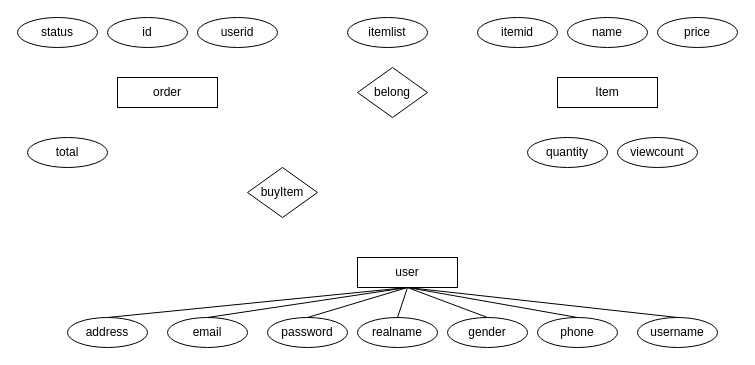
This is LessonUML/E-R03.drawio from WFTGF2024/UML, a draw.io file, before an edit. Source tidied: cells renumbered, new cells numbered last; positions are measured from the earlier drawing's top-left corner, leaving out a move shared by most shapes. Both pictures are drawn from the tidied source at 100%, with x=0, y=0 at pixel (17, 17).
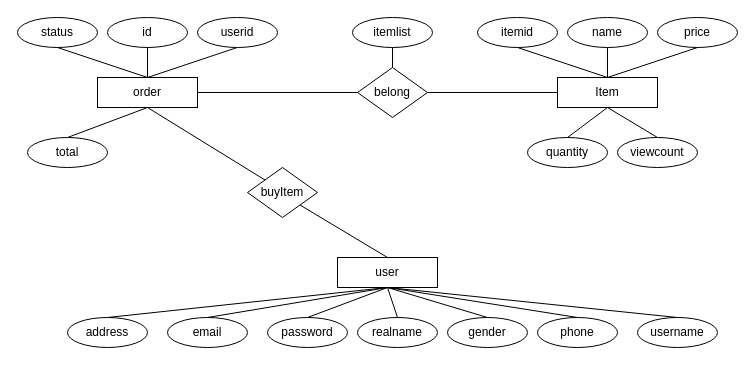
After the change.

The change refers to these unchanged cells:
```xml
<mxCell id="4" value="gender" style="ellipse;whiteSpace=wrap;html=1;" parent="1" vertex="1">
  <mxGeometry x="430" y="300" width="80" height="30" as="geometry" />
</mxCell>
<mxCell id="19" value="Item" style="rounded=0;whiteSpace=wrap;html=1;" parent="1" vertex="1">
  <mxGeometry x="540" y="60" width="100" height="30" as="geometry" />
</mxCell>
<mxCell id="20" value="id" style="ellipse;whiteSpace=wrap;html=1;" parent="1" vertex="1">
  <mxGeometry x="90" width="80" height="30" as="geometry" />
</mxCell>
<mxCell id="22" value="total" style="ellipse;whiteSpace=wrap;html=1;" parent="1" vertex="1">
  <mxGeometry x="10" y="120" width="80" height="30" as="geometry" />
</mxCell>
<mxCell id="23" value="status" style="ellipse;whiteSpace=wrap;html=1;" parent="1" vertex="1">
  <mxGeometry width="80" height="30" as="geometry" />
</mxCell>
<mxCell id="24" value="belong" style="rhombus;whiteSpace=wrap;html=1;" parent="1" vertex="1">
  <mxGeometry x="340" y="50" width="70" height="50" as="geometry" />
</mxCell>
<mxCell id="25" value="name" style="ellipse;whiteSpace=wrap;html=1;" parent="1" vertex="1">
  <mxGeometry x="550" width="80" height="30" as="geometry" />
</mxCell>
<mxCell id="26" value="itemid" style="ellipse;whiteSpace=wrap;html=1;" parent="1" vertex="1">
  <mxGeometry x="460" width="80" height="30" as="geometry" />
</mxCell>
<mxCell id="27" value="price" style="ellipse;whiteSpace=wrap;html=1;" parent="1" vertex="1">
  <mxGeometry x="640" width="80" height="30" as="geometry" />
</mxCell>
<mxCell id="28" value="quantity" style="ellipse;whiteSpace=wrap;html=1;" parent="1" vertex="1">
  <mxGeometry x="510" y="120" width="80" height="30" as="geometry" />
</mxCell>
<mxCell id="29" value="viewcount" style="ellipse;whiteSpace=wrap;html=1;" parent="1" vertex="1">
  <mxGeometry x="600" y="120" width="80" height="30" as="geometry" />
</mxCell>
<mxCell id="31" value="buyItem" style="rhombus;whiteSpace=wrap;html=1;" parent="1" vertex="1">
  <mxGeometry x="230" y="150" width="70" height="50" as="geometry" />
</mxCell>
```

Diff of the diagram source:
```diff
@@
-    <mxCell id="13" style="endArrow=none;html=1;rounded=0;entryX=0.5;entryY=0;entryDx=0;entryDy=0;" parent="1" edge="1" target="4">
-      <mxGeometry relative="1" as="geometry">
-        <mxPoint x="390" y="270" as="sourcePoint" />
-      </mxGeometry>
+    <mxCell id="13" style="endArrow=none;html=1;rounded=0;entryX=0.5;entryY=0;entryDx=0;entryDy=0;exitX=0.5;exitY=1;exitDx=0;exitDy=0;" parent="1" edge="1" source="17" target="4">
+      <mxGeometry relative="1" as="geometry" />
     </mxCell>
@@
     <mxCell id="17" value="user" style="rounded=0;whiteSpace=wrap;html=1;" parent="1" vertex="1">
-      <mxGeometry x="340" y="240" width="100" height="30" as="geometry" />
+      <mxGeometry x="320" y="240" width="100" height="30" as="geometry" />
     </mxCell>
     <mxCell id="18" value="order" style="rounded=0;whiteSpace=wrap;html=1;" parent="1" vertex="1">
-      <mxGeometry x="100" y="60" width="100" height="30" as="geometry" />
+      <mxGeometry x="80" y="60" width="100" height="30" as="geometry" />
     </mxCell>
@@
     <mxCell id="30" value="itemlist" style="ellipse;whiteSpace=wrap;html=1;" parent="1" vertex="1">
-      <mxGeometry x="330" width="80" height="30" as="geometry" />
+      <mxGeometry x="335" width="80" height="30" as="geometry" />
     </mxCell>
@@
+    <mxCell id="32" style="endArrow=none;html=1;rounded=0;entryX=0.5;entryY=1;entryDx=0;entryDy=0;" parent="1" edge="1" target="23">
+      <mxGeometry relative="1" as="geometry">
+        <mxPoint x="130" y="60" as="sourcePoint" />
+      </mxGeometry>
+    </mxCell>
+    <mxCell id="33" style="endArrow=none;html=1;rounded=0;entryX=0.5;entryY=1;entryDx=0;entryDy=0;" parent="1" edge="1" target="20">
+      <mxGeometry relative="1" as="geometry">
+        <mxPoint x="130" y="60" as="sourcePoint" />
+      </mxGeometry>
+    </mxCell>
+    <mxCell id="34" style="endArrow=none;html=1;rounded=0;entryX=0.5;entryY=1;entryDx=0;entryDy=0;" parent="1" edge="1">
+      <mxGeometry relative="1" as="geometry">
+        <mxPoint x="130" y="60" as="sourcePoint" />
+        <mxPoint x="219.7" y="30" as="targetPoint" />
+      </mxGeometry>
+    </mxCell>
+    <mxCell id="35" style="endArrow=none;html=1;rounded=0;entryX=0.5;entryY=0;entryDx=0;entryDy=0;exitX=0.5;exitY=1;exitDx=0;exitDy=0;" parent="1" edge="1" source="18" target="22">
+      <mxGeometry relative="1" as="geometry" />
+    </mxCell>
+    <mxCell id="36" style="endArrow=none;html=1;rounded=0;entryX=0;entryY=0.5;entryDx=0;entryDy=0;exitX=1;exitY=0.5;exitDx=0;exitDy=0;" parent="1" edge="1" source="18" target="24">
+      <mxGeometry relative="1" as="geometry" />
+    </mxCell>
+    <mxCell id="37" style="endArrow=none;html=1;rounded=0;exitX=0.5;exitY=0;exitDx=0;exitDy=0;entryX=0.5;entryY=1;entryDx=0;entryDy=0;" parent="1" edge="1" source="24" target="30">
+      <mxGeometry relative="1" as="geometry" />
+    </mxCell>
+    <mxCell id="38" style="endArrow=none;html=1;rounded=0;entryX=0.5;entryY=1;entryDx=0;entryDy=0;" parent="1" edge="1" target="26">
+      <mxGeometry relative="1" as="geometry">
+        <mxPoint x="590" y="60" as="sourcePoint" />
+      </mxGeometry>
+    </mxCell>
+    <mxCell id="39" style="endArrow=none;html=1;rounded=0;entryX=0.5;entryY=1;entryDx=0;entryDy=0;exitX=0.5;exitY=0;exitDx=0;exitDy=0;" parent="1" edge="1" source="19" target="25">
+      <mxGeometry relative="1" as="geometry" />
+    </mxCell>
+    <mxCell id="40" style="endArrow=none;html=1;rounded=0;entryX=0.5;entryY=1;entryDx=0;entryDy=0;exitX=0.5;exitY=0;exitDx=0;exitDy=0;" parent="1" edge="1" source="19" target="27">
+      <mxGeometry relative="1" as="geometry" />
+    </mxCell>
+    <mxCell id="41" style="endArrow=none;html=1;rounded=0;entryX=0.5;entryY=0;entryDx=0;entryDy=0;exitX=0.5;exitY=1;exitDx=0;exitDy=0;" parent="1" edge="1" source="19" target="29">
+      <mxGeometry relative="1" as="geometry" />
+    </mxCell>
+    <mxCell id="42" style="endArrow=none;html=1;rounded=0;entryX=0.5;entryY=0;entryDx=0;entryDy=0;exitX=0.5;exitY=1;exitDx=0;exitDy=0;" parent="1" edge="1" source="19" target="28">
+      <mxGeometry relative="1" as="geometry" />
+    </mxCell>
+    <mxCell id="43" style="endArrow=none;html=1;rounded=0;exitX=1;exitY=0.5;exitDx=0;exitDy=0;entryX=0;entryY=0.5;entryDx=0;entryDy=0;" parent="1" edge="1" source="24" target="19">
+      <mxGeometry relative="1" as="geometry" />
+    </mxCell>
+    <mxCell id="44" style="endArrow=none;html=1;rounded=0;exitX=0;exitY=0;exitDx=0;exitDy=0;entryX=0.5;entryY=1;entryDx=0;entryDy=0;" parent="1" edge="1" source="31" target="18">
+      <mxGeometry relative="1" as="geometry" />
+    </mxCell>
+    <mxCell id="45" style="endArrow=none;html=1;rounded=0;exitX=0.5;exitY=0;exitDx=0;exitDy=0;entryX=1;entryY=1;entryDx=0;entryDy=0;" parent="1" edge="1" source="17" target="31">
+      <mxGeometry relative="1" as="geometry" />
+    </mxCell>
```
